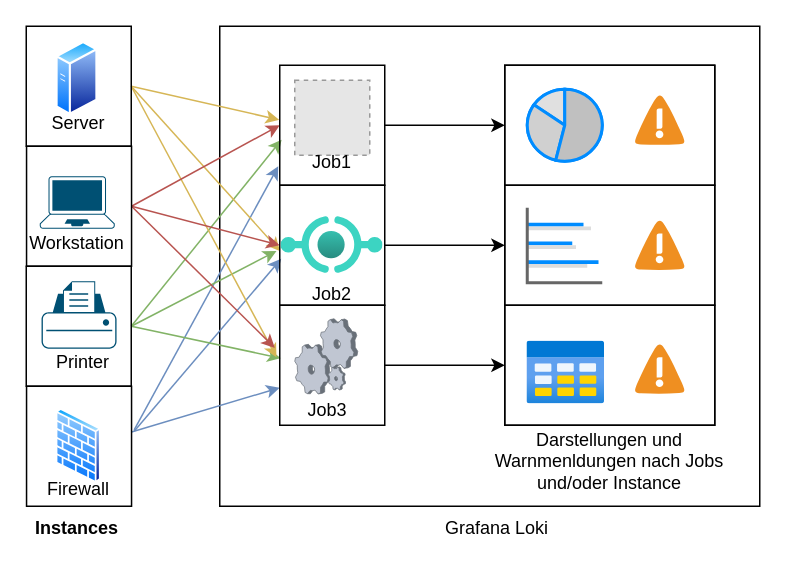
Before: Bachelorarbeit/assets/Instance_Jobs.drawio in Bruno-Macedo/Praxisbericht_Bacherloarbeit, a draw.io diagram. Source tidied: cells renumbered, new cells numbered last; positions are measured from the earlier drawing's top-left corner, leaving out a move shared by most shapes. Both pictures are drawn from the tidied source at 150%, with x=0, y=0 at pixel (26, 26). Pictures stored in the file or linked from it are replaced by grey dashed boxes.
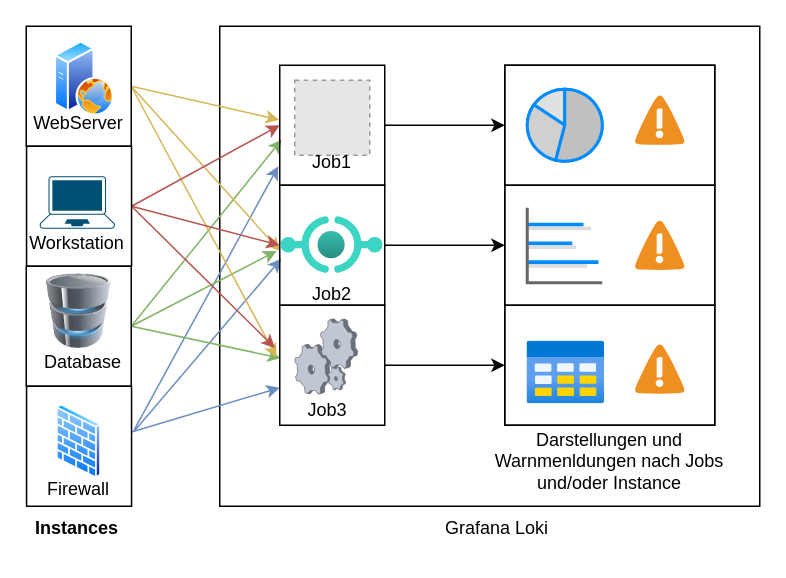
The same page after the edit.

What changed in the source:
```diff
@@
-    <mxCell id="19" style="verticalLabelPosition=bottom;sketch=0;html=1;verticalAlign=top;align=center;shape=mxgraph.cisco19.printer;fillColor=#005073;strokeColor=none;" parent="1" vertex="1">
-      <mxGeometry x="10.2" y="170" width="50" height="45" as="geometry" />
-    </mxCell>
     <mxCell id="20" style="image;perimeter=ellipsePerimeter;html=1;align=center;shadow=0;dashed=0;spacingTop=3;image=img/lib/active_directory/firewall.svg;" parent="1" vertex="1">
-      <mxGeometry x="19.8" y="255" width="30.5" height="50" as="geometry" />
+      <mxGeometry x="20" y="252" width="30.5" height="50" as="geometry" />
     </mxCell>
-    <mxCell id="21" style="image;perimeter=ellipsePerimeter;html=1;align=center;shadow=0;dashed=0;spacingTop=3;image=img/lib/active_directory/generic_server.svg;" parent="1" vertex="1">
-      <mxGeometry x="20" y="10" width="28" height="50" as="geometry" />
-    </mxCell>
@@
-    <mxCell id="23" value="Server" style="text;html=1;strokeColor=none;fillColor=none;align=center;verticalAlign=middle;whiteSpace=wrap;rounded=0;" parent="1" vertex="1">
+    <mxCell id="23" value="WebServer" style="text;html=1;strokeColor=none;fillColor=none;align=center;verticalAlign=middle;whiteSpace=wrap;rounded=0;" parent="1" vertex="1">
       <mxGeometry x="5.2" y="50" width="60" height="30" as="geometry" />
     </mxCell>
@@
-    <mxCell id="25" value="Printer" style="text;html=1;strokeColor=none;fillColor=none;align=center;verticalAlign=middle;whiteSpace=wrap;rounded=0;" parent="1" vertex="1">
+    <mxCell id="25" value="Database" style="text;html=1;strokeColor=none;fillColor=none;align=center;verticalAlign=middle;whiteSpace=wrap;rounded=0;" parent="1" vertex="1">
       <mxGeometry x="8" y="209" width="60" height="30" as="geometry" />
     </mxCell>
@@
+    <mxCell id="52" style="image;perimeter=ellipsePerimeter;html=1;align=center;shadow=0;dashed=0;spacingTop=3;image=img/lib/active_directory/web_server.svg;" parent="1" vertex="1">
+      <mxGeometry x="19" y="10" width="40" height="50" as="geometry" />
+    </mxCell>
+    <mxCell id="53" style="image;html=1;image=img/lib/clip_art/computers/Database_128x128.png;" parent="1" vertex="1">
+      <mxGeometry x="10.2" y="165" width="50" height="50" as="geometry" />
+    </mxCell>
```
